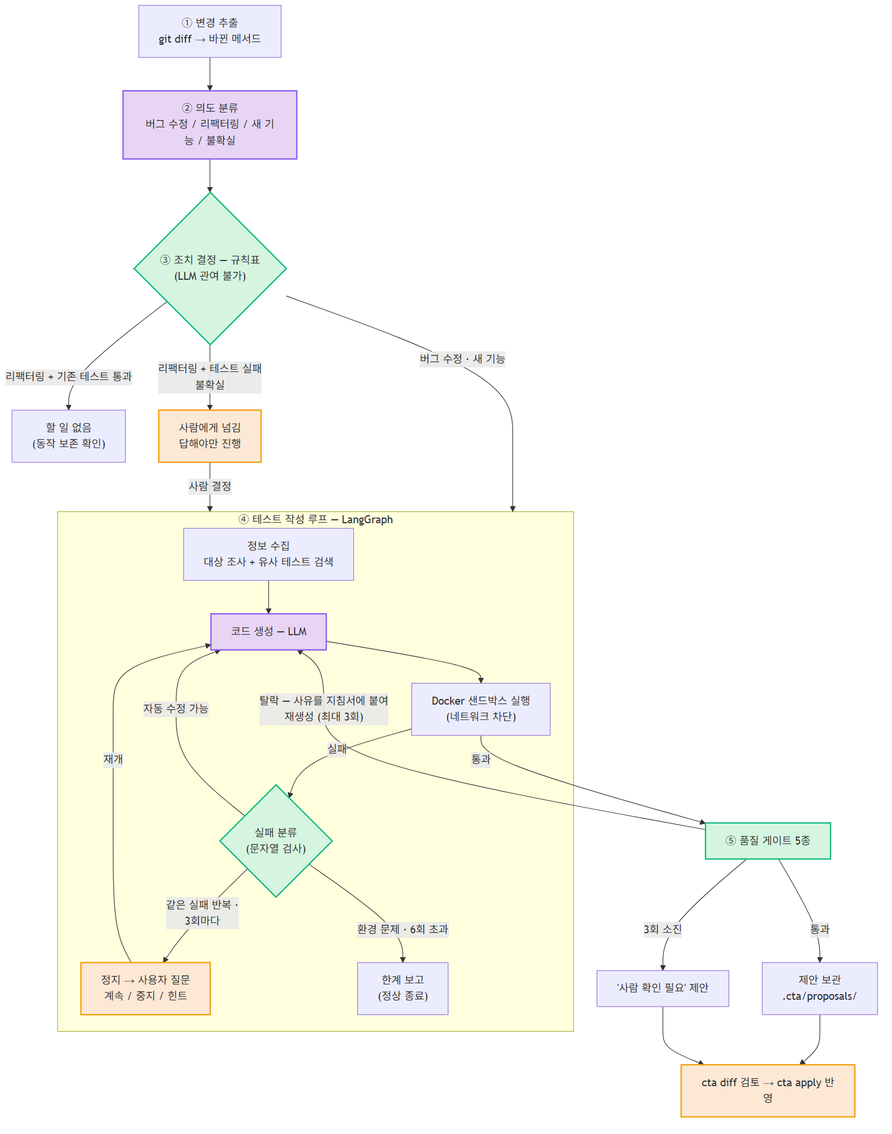
The Mermaid diagram docs/제출자료/images/workflow.png in parksanghyeop/skax-master-project, before a commit. Its source is kept beside it as docs/제출자료/diagrams/workflow.mmd. Source of this version:
```mermaid
flowchart TD
    A["① 변경 추출<br/>git diff → 바뀐 메서드"] --> B["② 의도 분류<br/>버그 수정 / 리팩터링 / 새 기능 / 불확실"]
    B --> C{"③ 조치 결정 — 규칙표<br/>(LLM 관여 불가)"}
    C -->|"버그 수정 · 새 기능"| W
    C -->|"리팩터링 + 기존 테스트 통과"| OK["할 일 없음<br/>(동작 보존 확인)"]
    C -->|"리팩터링 + 테스트 실패<br/>불확실"| HU["사람에게 넘김<br/>답해야만 진행"]
    HU -->|"사람 결정"| W

    subgraph W["④ 테스트 작성 루프 — LangGraph"]
        direction TB
        W1["정보 수집<br/>대상 조사 + 유사 테스트 검색"] --> W2["코드 생성 — LLM"]
        W2 --> W3["Docker 샌드박스 실행<br/>(네트워크 차단)"]
        W3 -->|"실패"| W4{"실패 분류<br/>(문자열 검사)"}
        W4 -->|"자동 수정 가능"| W2
        W4 -->|"같은 실패 반복 ·<br/>3회마다"| W5["정지 → 사용자 질문<br/>계속 / 중지 / 힌트"]
        W5 -->|"재개"| W2
        W4 -->|"환경 문제 · 6회 초과"| W6["한계 보고<br/>(정상 종료)"]
    end

    W3 -->|"통과"| G["⑤ 품질 게이트 5종"]
    G -->|"탈락 — 사유를 지침서에 붙여<br/>재생성 (최대 3회)"| W2
    G -->|"통과"| P["제안 보관<br/>.cta/proposals/"]
    G -->|"3회 소진"| P2["'사람 확인 필요' 제안"]
    P --> R["cta diff 검토 → cta apply 반영"]
    P2 --> R

    classDef llm fill:#e8d5f5,stroke:#8b5cf6,stroke-width:2px
    classDef human fill:#fde8d5,stroke:#f59e0b,stroke-width:2px
    classDef safe fill:#d5f5e0,stroke:#10b981,stroke-width:2px
    class B,W2 llm
    class HU,W5,R human
    class C,G,W4 safe
```
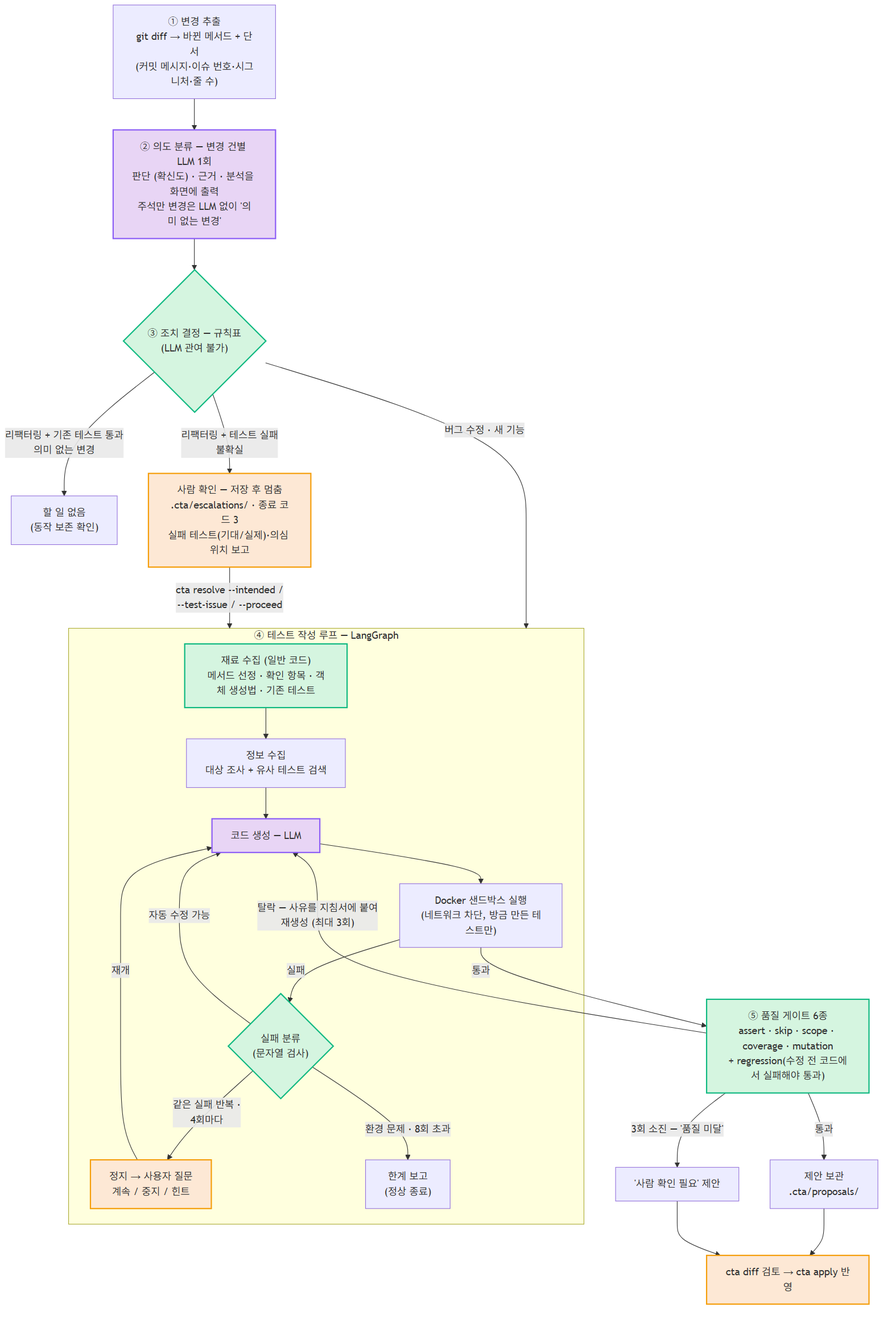
The same file after the commit.

Commit message:
산출물 다이어그램 갱신 — 건별 의도 출력·저장 후 재개(resolve)·게이트 6종·재료 수집 반영

The edit, as a diff of the source:
```diff
@@ -1,26 +1,27 @@
 flowchart TD
-    A["① 변경 추출<br/>git diff → 바뀐 메서드"] --> B["② 의도 분류<br/>버그 수정 / 리팩터링 / 새 기능 / 불확실"]
+    A["① 변경 추출<br/>git diff → 바뀐 메서드 + 단서<br/>(커밋 메시지·이슈 번호·시그니처·줄 수)"] --> B["② 의도 분류 — 변경 건별 LLM 1회<br/>판단 (확신도) · 근거 · 분석을 화면에 출력<br/>주석만 변경은 LLM 없이 '의미 없는 변경'"]
     B --> C{"③ 조치 결정 — 규칙표<br/>(LLM 관여 불가)"}
     C -->|"버그 수정 · 새 기능"| W
-    C -->|"리팩터링 + 기존 테스트 통과"| OK["할 일 없음<br/>(동작 보존 확인)"]
-    C -->|"리팩터링 + 테스트 실패<br/>불확실"| HU["사람에게 넘김<br/>답해야만 진행"]
-    HU -->|"사람 결정"| W
+    C -->|"리팩터링 + 기존 테스트 통과<br/>의미 없는 변경"| OK["할 일 없음<br/>(동작 보존 확인)"]
+    C -->|"리팩터링 + 테스트 실패<br/>불확실"| HU["사람 확인 — 저장 후 멈춤<br/>.cta/escalations/ · 종료 코드 3<br/>실패 테스트(기대/실제)·의심 위치 보고"]
+    HU -->|"cta resolve --intended /<br/>--test-issue / --proceed"| W
 
     subgraph W["④ 테스트 작성 루프 — LangGraph"]
         direction TB
-        W1["정보 수집<br/>대상 조사 + 유사 테스트 검색"] --> W2["코드 생성 — LLM"]
-        W2 --> W3["Docker 샌드박스 실행<br/>(네트워크 차단)"]
+        W0["재료 수집 (일반 코드)<br/>메서드 선정 · 확인 항목 · 객체 생성법 · 기존 테스트"] --> W1["정보 수집<br/>대상 조사 + 유사 테스트 검색"]
+        W1 --> W2["코드 생성 — LLM"]
+        W2 --> W3["Docker 샌드박스 실행<br/>(네트워크 차단, 방금 만든 테스트만)"]
         W3 -->|"실패"| W4{"실패 분류<br/>(문자열 검사)"}
         W4 -->|"자동 수정 가능"| W2
-        W4 -->|"같은 실패 반복 ·<br/>3회마다"| W5["정지 → 사용자 질문<br/>계속 / 중지 / 힌트"]
+        W4 -->|"같은 실패 반복 ·<br/>4회마다"| W5["정지 → 사용자 질문<br/>계속 / 중지 / 힌트"]
         W5 -->|"재개"| W2
-        W4 -->|"환경 문제 · 6회 초과"| W6["한계 보고<br/>(정상 종료)"]
+        W4 -->|"환경 문제 · 8회 초과"| W6["한계 보고<br/>(정상 종료)"]
     end
 
-    W3 -->|"통과"| G["⑤ 품질 게이트 5종"]
+    W3 -->|"통과"| G["⑤ 품질 게이트 6종<br/>assert · skip · scope · coverage · mutation<br/>+ regression(수정 전 코드에서 실패해야 통과)"]
     G -->|"탈락 — 사유를 지침서에 붙여<br/>재생성 (최대 3회)"| W2
     G -->|"통과"| P["제안 보관<br/>.cta/proposals/"]
-    G -->|"3회 소진"| P2["'사람 확인 필요' 제안"]
+    G -->|"3회 소진 — '품질 미달'"| P2["'사람 확인 필요' 제안"]
     P --> R["cta diff 검토 → cta apply 반영"]
     P2 --> R
 
@@ -29,4 +30,4 @@
     classDef safe fill:#d5f5e0,stroke:#10b981,stroke-width:2px
     class B,W2 llm
     class HU,W5,R human
-    class C,G,W4 safe
+    class C,G,W4,W0 safe
```
